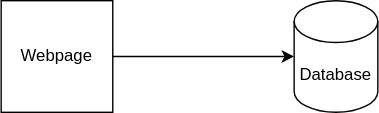
Fuji727/johnfujiwara.com keeps this draw.io diagram as diagrams/test.drawio.svg. Above is the earlier version. Source tidied: cells renumbered, new cells last; positions are measured from the earlier drawing's top-left corner, leaving out a move shared by most shapes. Source of this version:
```xml
<mxGraphModel>
  <root>
    <mxCell id="0" />
    <mxCell id="1" parent="0" />
    <mxCell id="2" style="edgeStyle=none;html=1;" parent="1" edge="1" source="3" target="4">
      <mxGeometry relative="1" as="geometry" />
    </mxCell>
    <mxCell id="3" value="Webpage" style="whiteSpace=wrap;html=1;" parent="1" vertex="1">
      <mxGeometry width="80" height="80" as="geometry" />
    </mxCell>
    <mxCell id="4" value="Database" style="shape=cylinder3;whiteSpace=wrap;html=1;boundedLbl=1;backgroundOutline=1;size=15;" parent="1" vertex="1">
      <mxGeometry x="210" width="60" height="80" as="geometry" />
    </mxCell>
  </root>
</mxGraphModel>
```
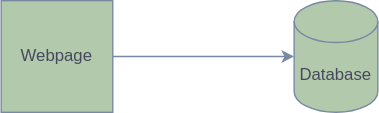
After the change.

Diff of the diagram source:
```diff
@@ -1,14 +1,14 @@
-<mxGraphModel>
+<mxGraphModel background="#FFFFFF">
   <root>
     <mxCell id="0" />
     <mxCell id="1" parent="0" />
-    <mxCell id="2" style="edgeStyle=none;html=1;" parent="1" edge="1" source="3" target="4">
+    <mxCell id="2" style="edgeStyle=none;html=1;labelBackgroundColor=none;strokeColor=#788AA3;fontColor=default;" parent="1" edge="1" source="3" target="4">
       <mxGeometry relative="1" as="geometry" />
     </mxCell>
-    <mxCell id="3" value="Webpage" style="whiteSpace=wrap;html=1;" parent="1" vertex="1">
+    <mxCell id="3" value="Webpage" style="whiteSpace=wrap;html=1;labelBackgroundColor=none;fillColor=#B2C9AB;strokeColor=#788AA3;fontColor=#46495D;" parent="1" vertex="1">
       <mxGeometry width="80" height="80" as="geometry" />
     </mxCell>
-    <mxCell id="4" value="Database" style="shape=cylinder3;whiteSpace=wrap;html=1;boundedLbl=1;backgroundOutline=1;size=15;" parent="1" vertex="1">
+    <mxCell id="4" value="Database" style="shape=cylinder3;whiteSpace=wrap;html=1;boundedLbl=1;backgroundOutline=1;size=15;labelBackgroundColor=none;fillColor=#B2C9AB;strokeColor=#788AA3;fontColor=#46495D;" parent="1" vertex="1">
       <mxGeometry x="210" width="60" height="80" as="geometry" />
     </mxCell>
   </root>
```
